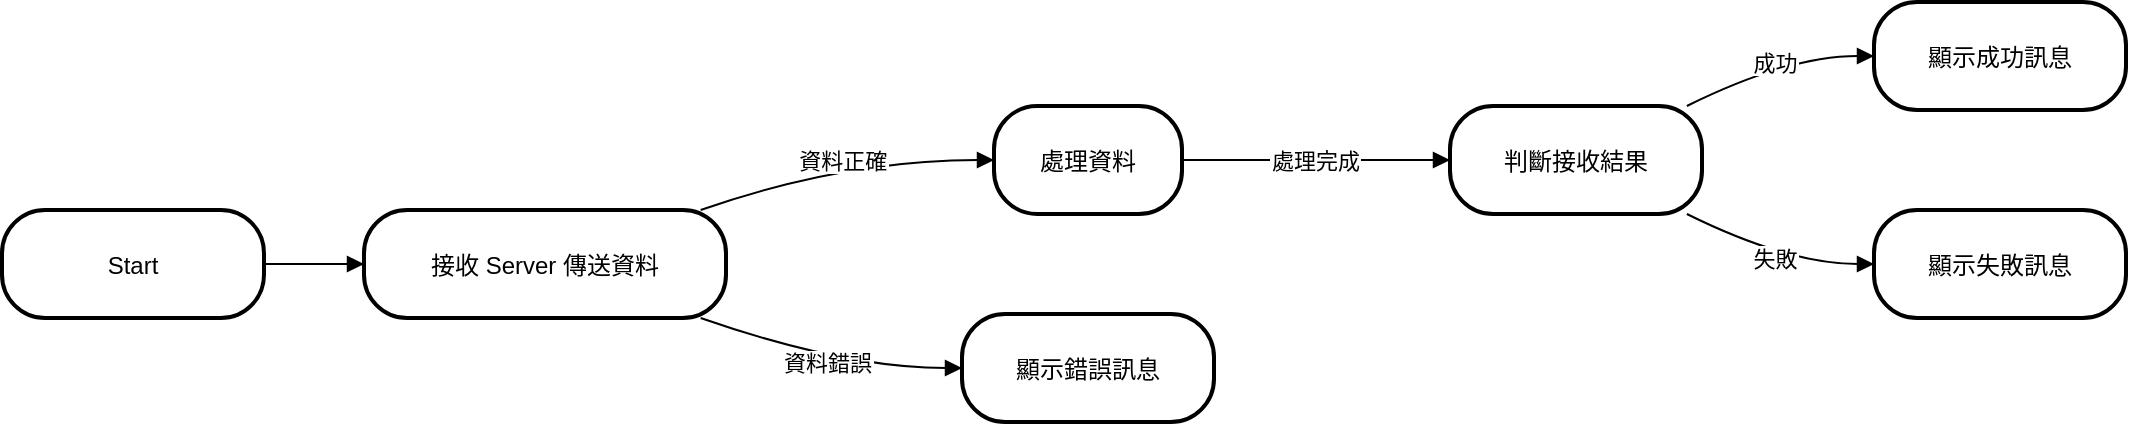
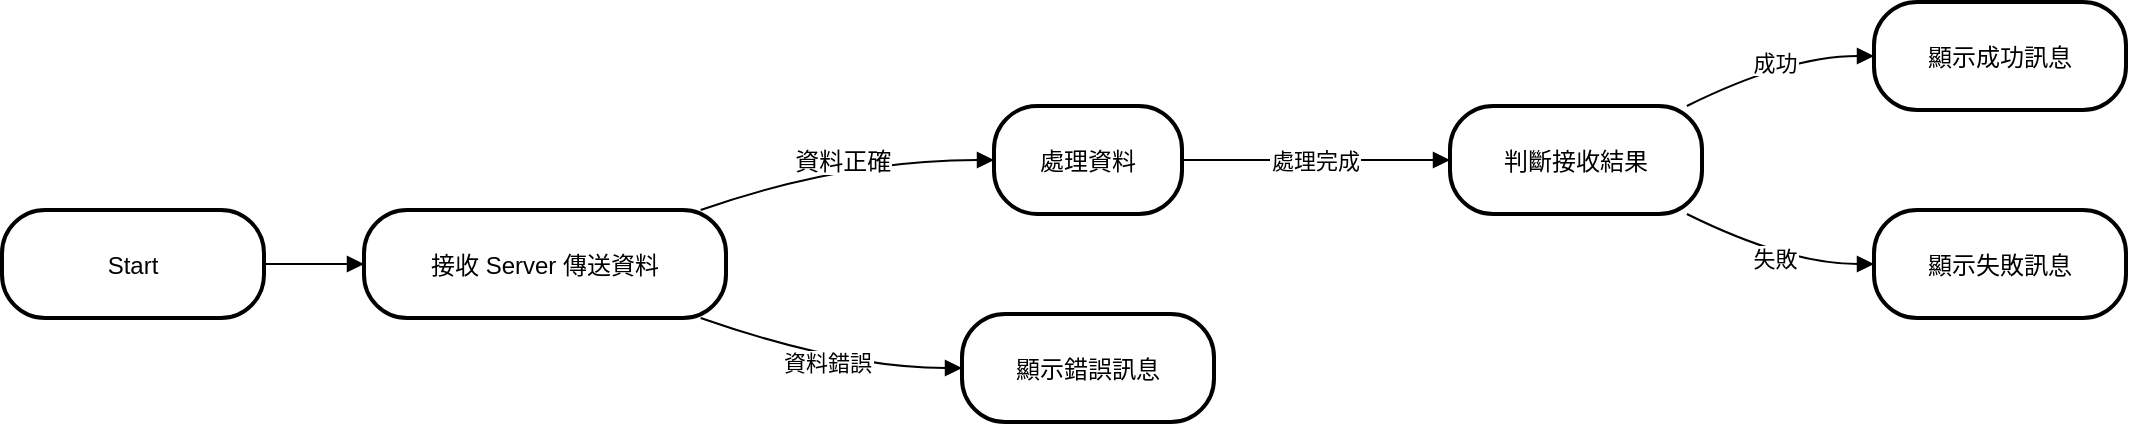
<mxfile host="app.diagrams.net" agent="Mozilla/5.0 (Windows NT 10.0; Win64; x64) AppleWebKit/537.36 (KHTML, like Gecko) Chrome/131.0.0.0 Safari/537.36" version="26.0.1">
  <diagram name="第 1 页" id="UEBIbAkwNvi9270jXavC">
    <mxGraphModel dx="1434" dy="738" grid="1" gridSize="10" guides="1" tooltips="1" connect="1" arrows="1" fold="1" page="1" pageScale="1" pageWidth="827" pageHeight="1169" math="0" shadow="0">
      <root>
        <mxCell id="0" />
        <mxCell id="1" parent="0" />
        <mxCell id="2" value="Start" style="rounded=1;arcSize=40;strokeWidth=2" parent="1" vertex="1">
          <mxGeometry x="150" y="324" width="131" height="54" as="geometry" />
        </mxCell>
        <mxCell id="3" value="接收 Server 傳送資料" style="rounded=1;arcSize=40;strokeWidth=2" parent="1" vertex="1">
          <mxGeometry x="331" y="324" width="181" height="54" as="geometry" />
        </mxCell>
        <mxCell id="4" value="處理資料" style="rounded=1;arcSize=40;strokeWidth=2" parent="1" vertex="1">
          <mxGeometry x="646" y="272" width="94" height="54" as="geometry" />
        </mxCell>
        <mxCell id="5" value="顯示錯誤訊息" style="rounded=1;arcSize=40;strokeWidth=2" parent="1" vertex="1">
          <mxGeometry x="630" y="376" width="126" height="54" as="geometry" />
        </mxCell>
        <mxCell id="6" value="判斷接收結果" style="rounded=1;arcSize=40;strokeWidth=2" parent="1" vertex="1">
          <mxGeometry x="874" y="272" width="126" height="54" as="geometry" />
        </mxCell>
        <mxCell id="7" value="顯示成功訊息" style="rounded=1;arcSize=40;strokeWidth=2" parent="1" vertex="1">
          <mxGeometry x="1086" y="220" width="126" height="54" as="geometry" />
        </mxCell>
        <mxCell id="8" value="顯示失敗訊息" style="rounded=1;arcSize=40;strokeWidth=2" parent="1" vertex="1">
          <mxGeometry x="1086" y="324" width="126" height="54" as="geometry" />
        </mxCell>
        <mxCell id="9" value="" style="curved=1;startArrow=none;endArrow=block;exitX=1;exitY=0.5;entryX=0;entryY=0.5;" parent="1" source="2" target="3" edge="1">
          <mxGeometry relative="1" as="geometry">
            <Array as="points" />
          </mxGeometry>
        </mxCell>
-         <mxCell id="10" value="資料正確" style="curved=1;startArrow=none;endArrow=block;exitX=0.93;exitY=0;entryX=0;entryY=0.5;" parent="1" source="3" target="4" edge="1">
+         <mxCell id="10" value="資料正確" style="curved=1;startArrow=none;endArrow=block;exitX=0.93;exitY=0;entryX=0;entryY=0.5;fontSize=12;" parent="1" source="3" target="4" edge="1">
          <mxGeometry relative="1" as="geometry">
            <Array as="points">
              <mxPoint x="571" y="299" />
            </Array>
          </mxGeometry>
        </mxCell>
        <mxCell id="11" value="資料錯誤" style="curved=1;startArrow=none;endArrow=block;exitX=0.93;exitY=1;entryX=0;entryY=0.5;" parent="1" source="3" target="5" edge="1">
          <mxGeometry relative="1" as="geometry">
            <Array as="points">
              <mxPoint x="571" y="403" />
            </Array>
          </mxGeometry>
        </mxCell>
        <mxCell id="12" value="處理完成" style="curved=1;startArrow=none;endArrow=block;exitX=1;exitY=0.5;entryX=0;entryY=0.5;" parent="1" source="4" target="6" edge="1">
          <mxGeometry relative="1" as="geometry">
            <Array as="points" />
          </mxGeometry>
        </mxCell>
        <mxCell id="13" value="成功" style="curved=1;startArrow=none;endArrow=block;exitX=0.94;exitY=0;entryX=0;entryY=0.5;" parent="1" source="6" target="7" edge="1">
          <mxGeometry relative="1" as="geometry">
            <Array as="points">
              <mxPoint x="1043" y="247" />
            </Array>
          </mxGeometry>
        </mxCell>
        <mxCell id="14" value="失敗" style="curved=1;startArrow=none;endArrow=block;exitX=0.94;exitY=1;entryX=0;entryY=0.5;" parent="1" source="6" target="8" edge="1">
          <mxGeometry relative="1" as="geometry">
            <Array as="points">
              <mxPoint x="1043" y="351" />
            </Array>
          </mxGeometry>
        </mxCell>
      </root>
    </mxGraphModel>
  </diagram>
</mxfile>
